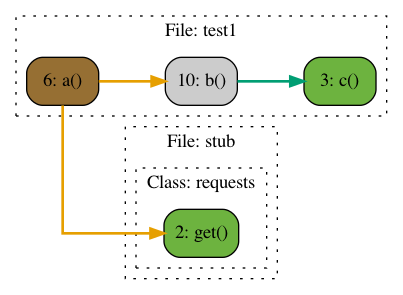
The Graphviz diagram new_tests/out1.png in Topology-Aware-Access-Control/code2flow, before a commit. Its source is kept beside it as new_tests/out1.gv.
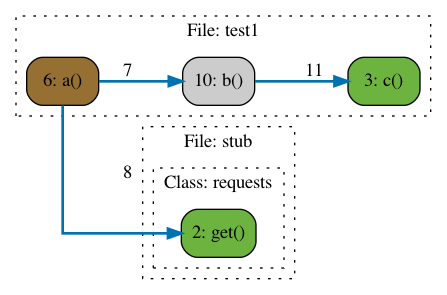
Above is the later version.

What changed in the source:
```diff
@@ -2,28 +2,28 @@
 concentrate=true;
 splines="ortho";
 rankdir="LR";
-node_47898e35 [label="2: get()" name="stub::requests.get" shape="rect" style="rounded,filled" fillcolor="#6db33f" ];
-node_92e69b51 [label="6: a()" name="test1::a" shape="rect" style="rounded,filled" fillcolor="#966F33" ];
-node_ea888a43 [label="10: b()" name="test1::b" shape="rect" style="rounded,filled" fillcolor="#cccccc" ];
-node_c58908a1 [label="3: c()" name="test1::c" shape="rect" style="rounded,filled" fillcolor="#6db33f" ];
-node_92e69b51 -> node_47898e35 [color="#E69F00" penwidth="2"];
-node_92e69b51 -> node_ea888a43 [color="#E69F00" penwidth="2"];
-node_ea888a43 -> node_c58908a1 [color="#009E73" penwidth="2"];
-subgraph cluster_9869d083 {
+node_9d749a38 [label="2: get()" name="stub::requests.get" shape="rect" style="rounded,filled" fillcolor="#6db33f" ];
+node_aa16da5d [label="6: a()" name="test1::a" shape="rect" style="rounded,filled" fillcolor="#966F33" ];
+node_125fc745 [label="10: b()" name="test1::b" shape="rect" style="rounded,filled" fillcolor="#cccccc" ];
+node_0f758f97 [label="3: c()" name="test1::c" shape="rect" style="rounded,filled" fillcolor="#6db33f" ];
+node_aa16da5d -> node_9d749a38 [color="#0072B2" penwidth="2" label="8"];
+node_aa16da5d -> node_125fc745 [color="#0072B2" penwidth="2" label="7"];
+node_125fc745 -> node_0f758f97 [color="#0072B2" penwidth="2" label="11"];
+subgraph cluster_ec721f6b {
     label="File: stub";
     name="stub";
     style="filled";
     graph[style=dotted];
-    subgraph cluster_5fea1326 {
-        node_47898e35;
+    subgraph cluster_5e60909a {
+        node_9d749a38;
         label="Class: requests";
         name="requests";
         style="filled";
         graph[style=dotted];
     };
 };
-subgraph cluster_bcdec8d8 {
-    node_c58908a1 node_92e69b51 node_ea888a43;
+subgraph cluster_3a1f24bc {
+    node_0f758f97 node_aa16da5d node_125fc745;
     label="File: test1";
     name="test1";
     style="filled";
```
